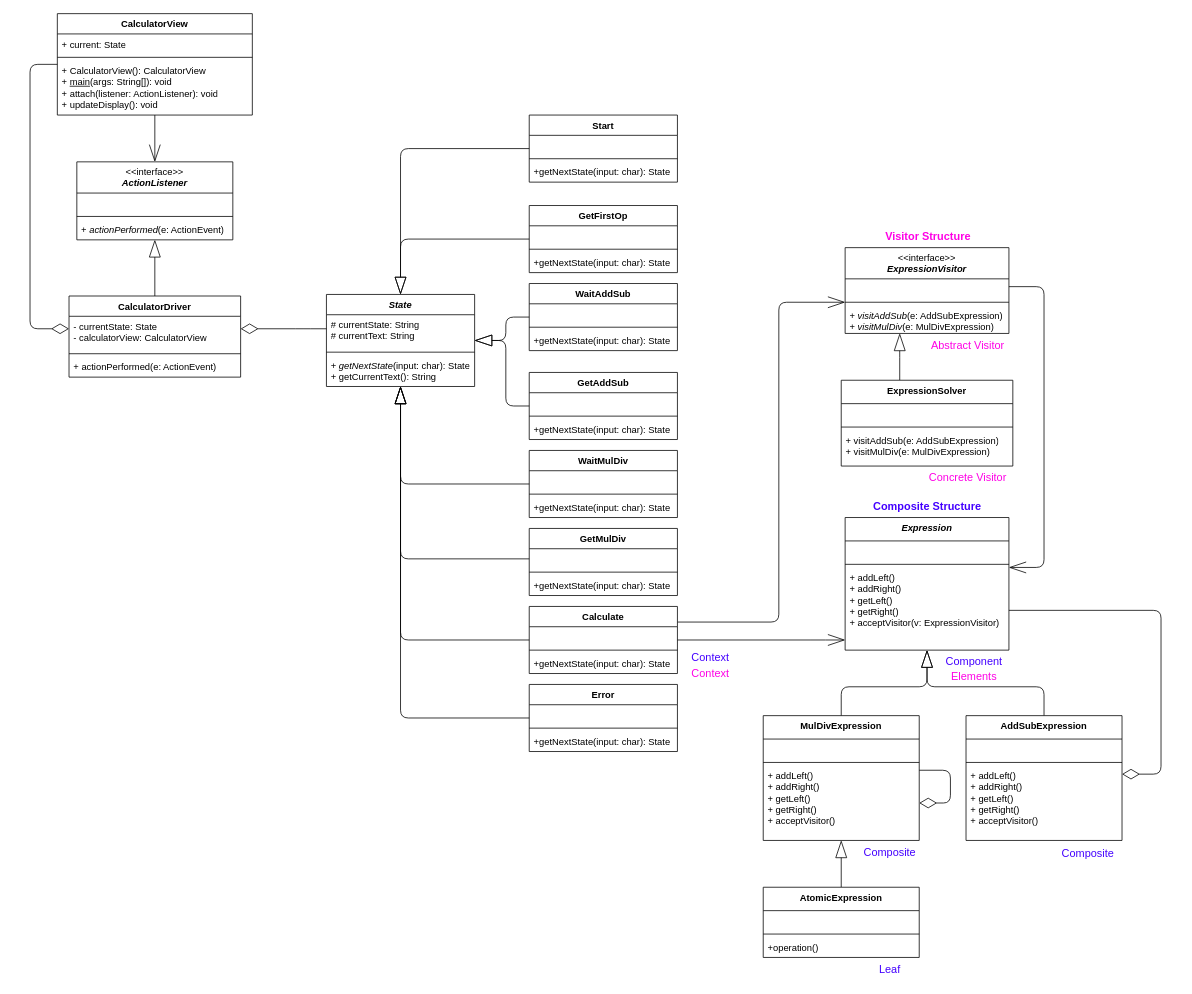
Earlier version of the draw.io diagram Assignment 4/Calculator Class Diagram.drawio (slamjam02/SE311-Homeworks). Source tidied: cells renumbered, new cells numbered last; positions are measured from the earlier drawing's top-left corner, leaving out a move shared by most shapes. Both pictures are drawn from the tidied source at 78%, with x=0, y=0 at pixel (30, 13).
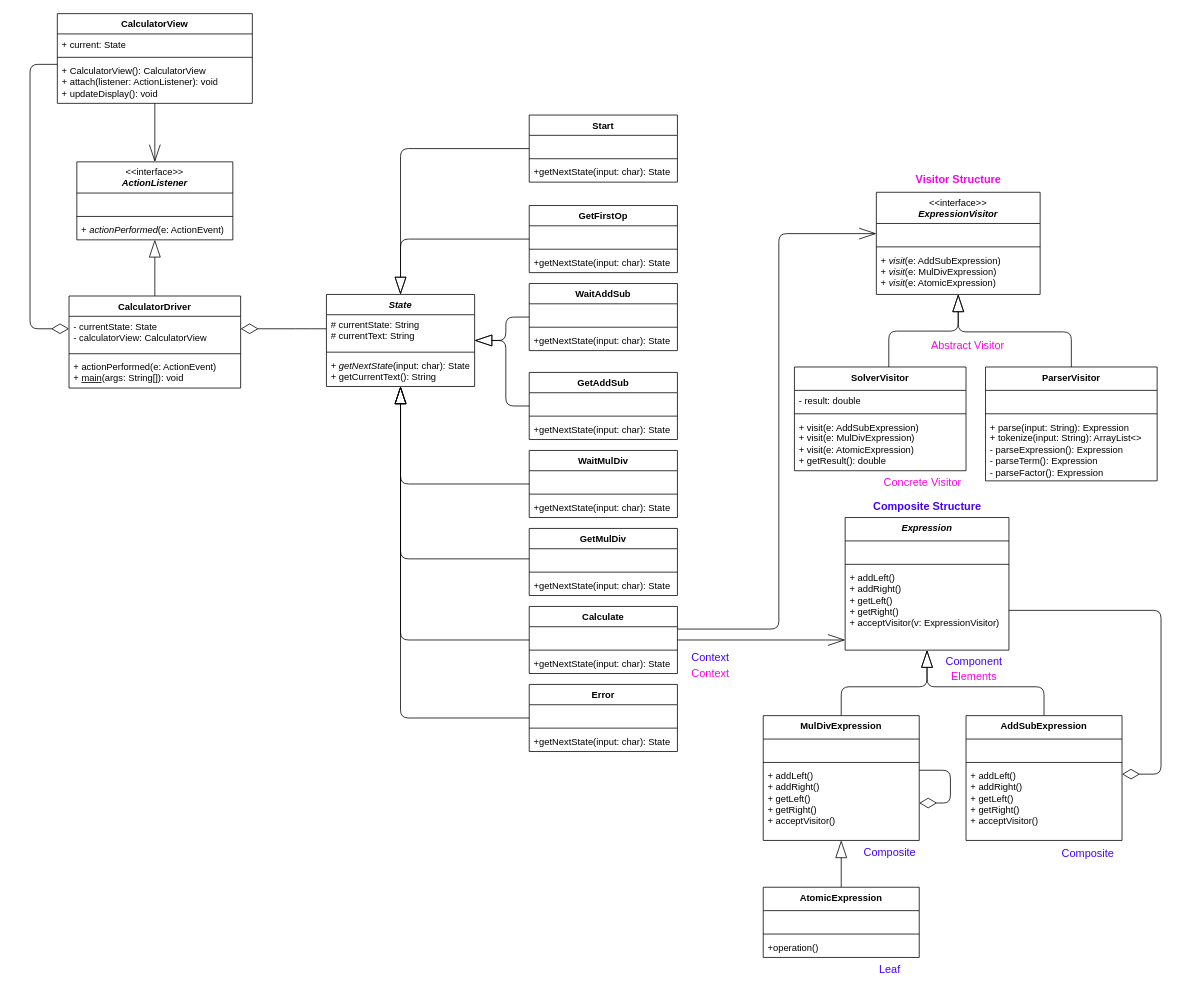
The same page after the edit.

Commit message (it also covers changes not shown here):
Changed up UML and fixed some code

Unchanged cells that the change refers to:
```xml
<mxCell id="44" value="Calculate" style="swimlane;fontStyle=1;align=center;verticalAlign=top;horizontal=1;startSize=26;whiteSpace=wrap;html=1;" parent="1" vertex="1">
  <mxGeometry x="640" y="760" width="190" height="86" as="geometry" />
</mxCell>
<mxCell id="70" value="&lt;i&gt;Expression&lt;/i&gt;" style="swimlane;fontStyle=1;align=center;verticalAlign=top;horizontal=1;startSize=30;whiteSpace=wrap;html=1;" parent="1" vertex="1">
  <mxGeometry x="1045" y="646" width="210" height="170" as="geometry" />
</mxCell>
```

The edit, as a diff of the source:
```diff
@@
     <mxCell id="3" value="CalculatorDriver" style="swimlane;fontStyle=1;align=center;verticalAlign=top;horizontal=1;startSize=26;whiteSpace=wrap;html=1;" parent="1" vertex="1">
-      <mxGeometry x="50" y="362" width="220" height="104" as="geometry" />
+      <mxGeometry x="50" y="362" width="220" height="118" as="geometry" />
     </mxCell>
@@
-    <mxCell id="6" value="+&amp;nbsp;actionPerformed(e: ActionEvent)" style="text;strokeColor=none;fillColor=none;align=left;verticalAlign=top;spacingLeft=4;spacingRight=4;overflow=hidden;whiteSpace=wrap;html=1;" parent="3" vertex="1">
-      <mxGeometry y="78" width="220" height="26" as="geometry" />
+    <mxCell id="6" value="+&amp;nbsp;actionPerformed(e: ActionEvent)&lt;div&gt;&lt;div&gt;+&amp;nbsp;&lt;u&gt;main&lt;/u&gt;(args: String[]): void&lt;br&gt;&lt;/div&gt;&lt;/div&gt;" style="text;strokeColor=none;fillColor=none;align=left;verticalAlign=top;spacingLeft=4;spacingRight=4;overflow=hidden;whiteSpace=wrap;html=1;" parent="3" vertex="1">
+      <mxGeometry y="78" width="220" height="40" as="geometry" />
     </mxCell>
@@
     <mxCell id="43" style="edgeStyle=orthogonalEdgeStyle;shape=connector;rounded=1;jettySize=auto;html=1;strokeColor=default;align=center;verticalAlign=middle;fontFamily=Helvetica;fontSize=11;fontColor=default;labelBackgroundColor=default;endArrow=openThin;endFill=0;endSize=20;curved=0;" parent="1" edge="1" source="44" target="65">
       <mxGeometry relative="1" as="geometry">
         <Array as="points">
-          <mxPoint x="960" y="780" />
-          <mxPoint x="960" y="370" />
+          <mxPoint x="960" y="789" />
+          <mxPoint x="960" y="282" />
         </Array>
       </mxGeometry>
     </mxCell>
@@
     <mxCell id="56" value="CalculatorView" style="swimlane;fontStyle=1;align=center;verticalAlign=top;horizontal=1;startSize=26;whiteSpace=wrap;html=1;" parent="1" vertex="1">
-      <mxGeometry x="35" width="250" height="130" as="geometry" />
+      <mxGeometry x="35" width="250" height="115" as="geometry" />
     </mxCell>
@@
-    <mxCell id="59" value="&lt;div&gt;+ CalculatorView(): CalculatorView&lt;/div&gt;&lt;div&gt;+&amp;nbsp;&lt;u&gt;main&lt;/u&gt;(args: String[]): void&lt;br&gt;&lt;/div&gt;+ attach(listener: ActionListener): void&lt;div&gt;&lt;div&gt;+ updateDisplay(): void&lt;/div&gt;&lt;/div&gt;" style="text;strokeColor=none;fillColor=none;align=left;verticalAlign=top;spacingLeft=4;spacingRight=4;overflow=hidden;whiteSpace=wrap;html=1;" parent="56" vertex="1">
-      <mxGeometry y="60" width="250" height="70" as="geometry" />
+    <mxCell id="59" value="&lt;div&gt;+ CalculatorView(): CalculatorView&lt;/div&gt;&lt;div&gt;&lt;span style=&quot;background-color: initial;&quot;&gt;+ attach(listener: ActionListener): void&lt;/span&gt;&lt;br&gt;&lt;/div&gt;&lt;div&gt;&lt;div&gt;+ updateDisplay(): void&lt;/div&gt;&lt;/div&gt;" style="text;strokeColor=none;fillColor=none;align=left;verticalAlign=top;spacingLeft=4;spacingRight=4;overflow=hidden;whiteSpace=wrap;html=1;" parent="56" vertex="1">
+      <mxGeometry y="60" width="250" height="55" as="geometry" />
     </mxCell>
@@
-    <mxCell id="64" style="edgeStyle=orthogonalEdgeStyle;shape=connector;rounded=1;jettySize=auto;html=1;strokeColor=default;align=center;verticalAlign=middle;fontFamily=Helvetica;fontSize=11;fontColor=default;labelBackgroundColor=default;endArrow=openThin;endFill=0;endSize=20;curved=0;" parent="1" edge="1" source="65" target="70">
-      <mxGeometry relative="1" as="geometry">
-        <Array as="points">
-          <mxPoint x="1300" y="350" />
-          <mxPoint x="1300" y="710" />
-        </Array>
-      </mxGeometry>
-    </mxCell>
     <mxCell id="65" value="&lt;span style=&quot;font-weight: normal;&quot;&gt;&amp;lt;&amp;lt;interface&amp;gt;&amp;gt;&lt;br&gt;&lt;/span&gt;&lt;i&gt;ExpressionVisitor&lt;/i&gt;" style="swimlane;fontStyle=1;align=center;verticalAlign=top;horizontal=1;startSize=40;whiteSpace=wrap;html=1;" parent="1" vertex="1">
-      <mxGeometry x="1045" y="300" width="210" height="110" as="geometry" />
+      <mxGeometry x="1085" y="229" width="210" height="131" as="geometry" />
     </mxCell>
@@
-    <mxCell id="68" value="+ &lt;i&gt;visitAddSub&lt;/i&gt;(e: AddSubExpression&lt;span style=&quot;background-color: initial;&quot;&gt;)&lt;/span&gt;&lt;div&gt;&lt;div&gt;+ &lt;i&gt;visitMulDiv&lt;/i&gt;(e: MulDivExpression)&lt;/div&gt;&lt;/div&gt;" style="text;strokeColor=none;fillColor=none;align=left;verticalAlign=top;spacingLeft=4;spacingRight=4;overflow=hidden;whiteSpace=wrap;html=1;" parent="65" vertex="1">
-      <mxGeometry y="74" width="210" height="36" as="geometry" />
+    <mxCell id="68" value="+ &lt;i&gt;visit&lt;/i&gt;(e: AddSubExpression&lt;span style=&quot;background-color: initial;&quot;&gt;)&lt;/span&gt;&lt;div&gt;&lt;div&gt;+ &lt;i&gt;visit&lt;/i&gt;(e: MulDivExpression)&lt;/div&gt;&lt;/div&gt;&lt;div&gt;+ &lt;i&gt;visit&lt;/i&gt;(e: AtomicExpression)&lt;/div&gt;" style="text;strokeColor=none;fillColor=none;align=left;verticalAlign=top;spacingLeft=4;spacingRight=4;overflow=hidden;whiteSpace=wrap;html=1;" parent="65" vertex="1">
+      <mxGeometry y="74" width="210" height="57" as="geometry" />
     </mxCell>
@@
-    <mxCell id="90" style="edgeStyle=orthogonalEdgeStyle;shape=connector;rounded=0;jettySize=auto;html=1;strokeColor=default;align=center;verticalAlign=middle;fontFamily=Helvetica;fontSize=11;fontColor=default;labelBackgroundColor=default;endArrow=blockThin;endFill=0;endSize=20;" parent="1" edge="1" source="91" target="65">
+    <mxCell id="90" style="edgeStyle=orthogonalEdgeStyle;shape=connector;rounded=1;jettySize=auto;html=1;strokeColor=default;align=center;verticalAlign=middle;fontFamily=Helvetica;fontSize=11;fontColor=default;labelBackgroundColor=default;endArrow=blockThin;endFill=0;endSize=20;curved=0;" parent="1" edge="1" source="91" target="65">
       <mxGeometry relative="1" as="geometry">
         <Array as="points">
-          <mxPoint x="1115" y="441" />
-          <mxPoint x="1115" y="441" />
+          <mxPoint x="1101" y="407" />
+          <mxPoint x="1190" y="407" />
         </Array>
       </mxGeometry>
     </mxCell>
-    <mxCell id="91" value="ExpressionSolver" style="swimlane;fontStyle=1;align=center;verticalAlign=top;horizontal=1;startSize=30;whiteSpace=wrap;html=1;" parent="1" vertex="1">
-      <mxGeometry x="1040" y="470" width="220" height="110" as="geometry" />
+    <mxCell id="91" value="SolverVisitor" style="swimlane;fontStyle=1;align=center;verticalAlign=top;horizontal=1;startSize=30;whiteSpace=wrap;html=1;" parent="1" vertex="1">
+      <mxGeometry x="980" y="453" width="220" height="133" as="geometry" />
     </mxCell>
-    <mxCell id="92" value="&amp;nbsp;" style="text;strokeColor=none;fillColor=none;align=left;verticalAlign=top;spacingLeft=4;spacingRight=4;overflow=hidden;whiteSpace=wrap;html=1;" parent="91" vertex="1">
+    <mxCell id="92" value="- result: double" style="text;strokeColor=none;fillColor=none;align=left;verticalAlign=top;spacingLeft=4;spacingRight=4;overflow=hidden;whiteSpace=wrap;html=1;" parent="91" vertex="1">
       <mxGeometry y="30" width="220" height="26" as="geometry" />
     </mxCell>
@@
-    <mxCell id="94" value="+&amp;nbsp;visitAddSub(e: AddSubExpression&lt;span style=&quot;background-color: initial;&quot;&gt;)&lt;/span&gt;&lt;div&gt;+&amp;nbsp;visitMulDiv(e: MulDivExpression)&lt;/div&gt;" style="text;strokeColor=none;fillColor=none;align=left;verticalAlign=top;spacingLeft=4;spacingRight=4;overflow=hidden;whiteSpace=wrap;html=1;" parent="91" vertex="1">
-      <mxGeometry y="64" width="220" height="46" as="geometry" />
+    <mxCell id="94" value="+&amp;nbsp;visit(e: AddSubExpression&lt;span style=&quot;background-color: initial;&quot;&gt;)&lt;/span&gt;&lt;div&gt;+&amp;nbsp;visit(e: MulDivExpression)&lt;/div&gt;&lt;div&gt;+&amp;nbsp;visit(e: AtomicExpression)&lt;/div&gt;&lt;div&gt;+ getResult(): double&lt;/div&gt;" style="text;strokeColor=none;fillColor=none;align=left;verticalAlign=top;spacingLeft=4;spacingRight=4;overflow=hidden;whiteSpace=wrap;html=1;" parent="91" vertex="1">
+      <mxGeometry y="64" width="220" height="69" as="geometry" />
     </mxCell>
@@
     <mxCell id="96" value="&lt;font color=&quot;#ff00e6&quot; style=&quot;font-size: 14px;&quot;&gt;&lt;b style=&quot;font-size: 14px;&quot;&gt;Visitor Structure&lt;/b&gt;&lt;/font&gt;" style="text;html=1;align=center;verticalAlign=middle;strokeColor=none;fillColor=none;fontFamily=Helvetica;fontSize=14;fontColor=default;labelBackgroundColor=default;" parent="1" vertex="1">
-      <mxGeometry x="1087" y="271" width="127" height="29" as="geometry" />
+      <mxGeometry x="1126.5" y="198" width="127" height="29" as="geometry" />
     </mxCell>
@@
     <mxCell id="101" value="&lt;font style=&quot;font-size: 14px;&quot; color=&quot;#ff00e6&quot;&gt;&lt;span style=&quot;font-size: 14px; font-weight: normal;&quot;&gt;Concrete Visitor&lt;/span&gt;&lt;/font&gt;" style="text;html=1;align=center;verticalAlign=middle;strokeColor=none;fillColor=none;fontFamily=Helvetica;fontSize=14;fontColor=default;labelBackgroundColor=default;fontStyle=1;" parent="1" vertex="1">
-      <mxGeometry x="1143" y="580" width="117" height="29" as="geometry" />
+      <mxGeometry x="1085" y="586" width="117" height="29" as="geometry" />
     </mxCell>
@@
+    <mxCell id="106" style="edgeStyle=orthogonalEdgeStyle;shape=connector;curved=0;rounded=1;jettySize=auto;html=1;strokeColor=default;align=center;verticalAlign=middle;fontFamily=Helvetica;fontSize=11;fontColor=default;labelBackgroundColor=default;endArrow=blockThin;endFill=0;endSize=20;" parent="1" edge="1" source="107" target="65">
+      <mxGeometry relative="1" as="geometry">
+        <Array as="points">
+          <mxPoint x="1335" y="408" />
+          <mxPoint x="1190" y="408" />
+        </Array>
+      </mxGeometry>
+    </mxCell>
+    <mxCell id="107" value="ParserVisitor" style="swimlane;fontStyle=1;align=center;verticalAlign=top;horizontal=1;startSize=30;whiteSpace=wrap;html=1;" parent="1" vertex="1">
+      <mxGeometry x="1225" y="453" width="220" height="146" as="geometry" />
+    </mxCell>
+    <mxCell id="108" value="&amp;nbsp;" style="text;strokeColor=none;fillColor=none;align=left;verticalAlign=top;spacingLeft=4;spacingRight=4;overflow=hidden;whiteSpace=wrap;html=1;" parent="107" vertex="1">
+      <mxGeometry y="30" width="220" height="26" as="geometry" />
+    </mxCell>
+    <mxCell id="109" style="line;strokeWidth=1;fillColor=none;align=left;verticalAlign=middle;spacingTop=-1;spacingLeft=3;spacingRight=3;labelPosition=right;strokeColor=inherit;" parent="107" vertex="1">
+      <mxGeometry y="56" width="220" height="8" as="geometry" />
+    </mxCell>
+    <mxCell id="110" value="+ parse(input: String): Expression&lt;div&gt;+ tokenize(input: String): ArrayList&amp;lt;&amp;gt;&lt;/div&gt;&lt;div&gt;- parseExpression(): Expression&lt;/div&gt;&lt;div&gt;- parseTerm(): Expression&lt;/div&gt;&lt;div&gt;- parseFactor(): Expression&lt;/div&gt;" style="text;strokeColor=none;fillColor=none;align=left;verticalAlign=top;spacingLeft=4;spacingRight=4;overflow=hidden;whiteSpace=wrap;html=1;" parent="107" vertex="1">
+      <mxGeometry y="64" width="220" height="82" as="geometry" />
+    </mxCell>
```
